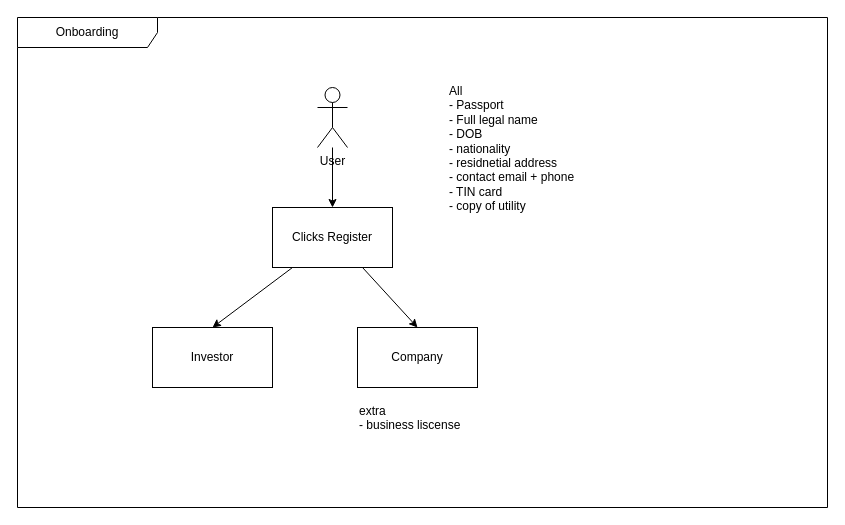
The draw.io diagram crowd-source-main.drawio in rudrprasad05/db-diagrams-io, before the edit. Source tidied: cells renumbered, new cells numbered last; positions are measured from the earlier drawing's top-left corner, leaving out a move shared by most shapes. Both pictures are drawn from the tidied source at 100%, with x=0, y=0 at pixel (17, 17).
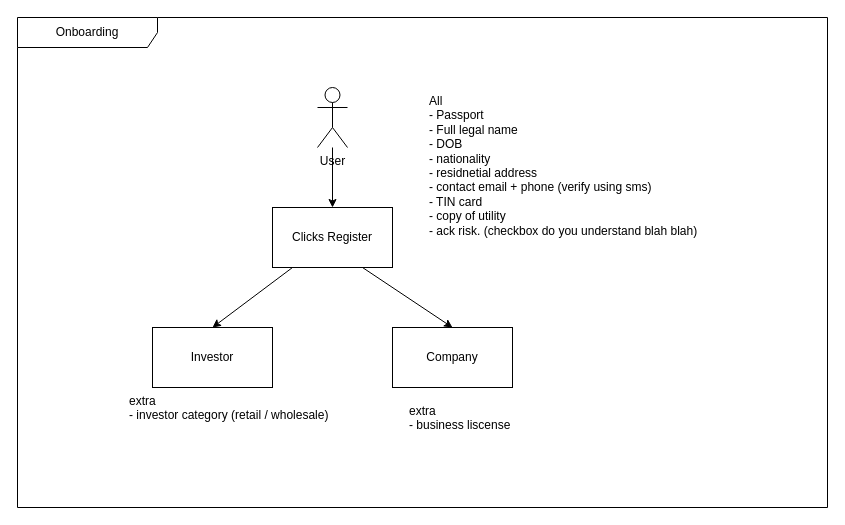
After the change.

The edit, as a diff of the source:
```diff
@@
 <mxGraphModel>
   <root>
     <mxCell id="0" />
     <mxCell id="1" parent="0" />
     <mxCell id="2" style="edgeStyle=orthogonalEdgeStyle;rounded=0;jettySize=auto;html=1;" parent="1" edge="1" source="3" target="5">
       <mxGeometry relative="1" as="geometry" />
     </mxCell>
     <mxCell id="3" value="User" style="shape=umlActor;verticalLabelPosition=bottom;verticalAlign=top;html=1;outlineConnect=0;" parent="1" vertex="1">
       <mxGeometry x="300" y="70" width="30" height="60" as="geometry" />
     </mxCell>
     <mxCell id="4" style="rounded=0;jettySize=auto;html=1;entryX=0.5;entryY=0;entryDx=0;entryDy=0;" parent="1" edge="1" source="5" target="6">
       <mxGeometry relative="1" as="geometry" />
     </mxCell>
     <mxCell id="5" value="Clicks Register" style="rounded=0;whiteSpace=wrap;html=1;" parent="1" vertex="1">
       <mxGeometry x="255" y="190" width="120" height="60" as="geometry" />
     </mxCell>
     <mxCell id="6" value="Investor" style="rounded=0;whiteSpace=wrap;html=1;" parent="1" vertex="1">
       <mxGeometry x="135" y="310" width="120" height="60" as="geometry" />
     </mxCell>
     <mxCell id="7" style="rounded=0;jettySize=auto;html=1;entryX=0.5;entryY=0;entryDx=0;entryDy=0;exitX=0.75;exitY=1;exitDx=0;exitDy=0;" parent="1" edge="1" source="5" target="8">
       <mxGeometry relative="1" as="geometry" />
     </mxCell>
     <mxCell id="8" value="Company" style="rounded=0;whiteSpace=wrap;html=1;" parent="1" vertex="1">
-      <mxGeometry x="340" y="310" width="120" height="60" as="geometry" />
+      <mxGeometry x="375" y="310" width="120" height="60" as="geometry" />
     </mxCell>
-    <mxCell id="9" value="All&lt;div&gt;-&amp;nbsp;Passport&lt;/div&gt;&lt;div&gt;-&amp;nbsp;Full legal name&lt;/div&gt;&lt;div&gt;- DOB&lt;/div&gt;&lt;div&gt;- nationality&lt;/div&gt;&lt;div&gt;- residnetial address&lt;/div&gt;&lt;div&gt;- contact email + phone&lt;/div&gt;&lt;div&gt;- TIN card&lt;/div&gt;&lt;div&gt;- copy of utility&lt;/div&gt;" style="text;html=1;whiteSpace=wrap;strokeColor=none;fillColor=none;align=left;verticalAlign=top;rounded=0;" parent="1" vertex="1">
-      <mxGeometry x="430" y="60" width="320" height="180" as="geometry" />
+    <mxCell id="9" value="All&lt;div&gt;-&amp;nbsp;Passport&lt;/div&gt;&lt;div&gt;-&amp;nbsp;Full legal name&lt;/div&gt;&lt;div&gt;- DOB&lt;/div&gt;&lt;div&gt;- nationality&lt;/div&gt;&lt;div&gt;- residnetial address&lt;/div&gt;&lt;div&gt;- contact email + phone (verify using sms)&lt;/div&gt;&lt;div&gt;- TIN card&lt;/div&gt;&lt;div&gt;- copy of utility&lt;/div&gt;&lt;div&gt;- ack risk. (checkbox do you understand blah blah)&lt;/div&gt;" style="text;html=1;whiteSpace=wrap;strokeColor=none;fillColor=none;align=left;verticalAlign=top;rounded=0;" parent="1" vertex="1">
+      <mxGeometry x="410" y="70" width="320" height="180" as="geometry" />
     </mxCell>
     <mxCell id="10" value="Onboarding" style="shape=umlFrame;whiteSpace=wrap;html=1;width=140;height=30;" parent="1" vertex="1">
       <mxGeometry width="810" height="490" as="geometry" />
     </mxCell>
     <mxCell id="11" value="extra&lt;div&gt;- business liscense&lt;/div&gt;" style="text;html=1;whiteSpace=wrap;strokeColor=none;fillColor=none;align=left;verticalAlign=top;rounded=0;" parent="1" vertex="1">
-      <mxGeometry x="340" y="380" width="260" height="110" as="geometry" />
+      <mxGeometry x="390" y="380" width="260" height="110" as="geometry" />
     </mxCell>
+    <mxCell id="12" value="extra&lt;div&gt;- investor category (retail / wholesale)&lt;/div&gt;" style="text;html=1;whiteSpace=wrap;strokeColor=none;fillColor=none;align=left;verticalAlign=top;rounded=0;" parent="1" vertex="1">
+      <mxGeometry x="110" y="370" width="240" height="40" as="geometry" />
+    </mxCell>
   </root>
 </mxGraphModel>
```
